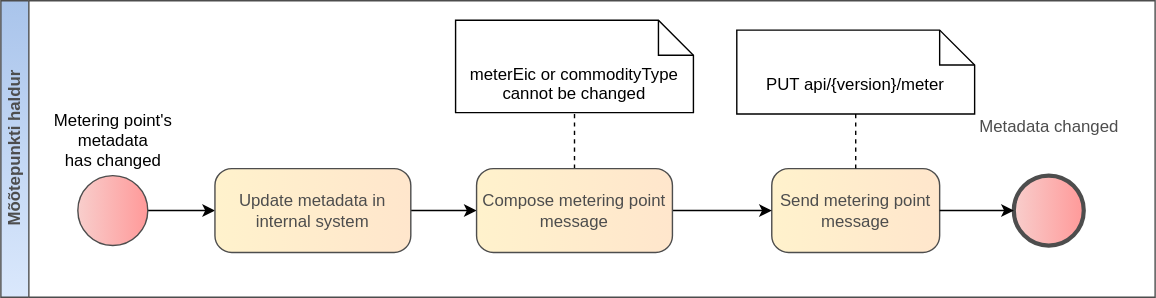
Before: diagrams/metering-point-management/update-metadata-of-metering-point.svg, a diagram exported from draw.io (Elering/estfeed-datahub-docs). Source tidied: cells renumbered, new cells last; positions are measured from the earlier drawing's top-left corner, leaving out a move shared by most shapes.
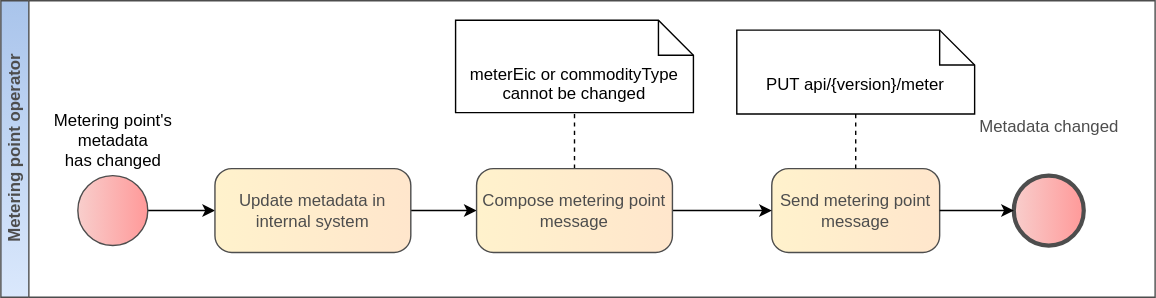
After the commit.

What changed in the source:
```diff
@@ -8,7 +8,7 @@
     <mxCell id="3" value="Metering point's&lt;br&gt;metadata&lt;br&gt;has changed" style="points=[[0.145,0.145,0],[0.5,0,0],[0.855,0.145,0],[1,0.5,0],[0.855,0.855,0],[0.5,1,0],[0.145,0.855,0],[0,0.5,0]];shape=mxgraph.bpmn.event;html=1;verticalLabelPosition=top;verticalAlign=middle;align=center;perimeter=ellipsePerimeter;outlineConnect=0;outline=standard;symbol=general;fillColor=#f8cecc;strokeColor=#4D4D4D;rounded=1;shadow=0;strokeWidth=1;gradientColor=#FF9999;gradientDirection=east;spacingBottom=0;labelPosition=center;" parent="1" vertex="1">
       <mxGeometry x="55" y="125" width="50" height="50" as="geometry" />
     </mxCell>
-    <mxCell id="4" value="Mõõtepunkti haldur" style="swimlane;html=1;horizontal=0;startSize=20;strokeColor=#4D4D4D;fillColor=#dae8fc;fontColor=#4D4D4D;gradientColor=#A9C4EB;gradientDirection=north;rotation=0;" parent="1" vertex="1">
+    <mxCell id="4" value="Metering point operator" style="swimlane;html=1;horizontal=0;startSize=20;strokeColor=#4D4D4D;fillColor=#dae8fc;fontColor=#4D4D4D;gradientColor=#A9C4EB;gradientDirection=north;rotation=0;" parent="1" vertex="1">
       <mxGeometry width="825" height="212" as="geometry" />
     </mxCell>
     <mxCell id="5" value="Send metering point message" style="whiteSpace=wrap;html=1;fillColor=#fff2cc;strokeColor=#4D4D4D;fontColor=#4D4D4D;rounded=1;arcSize=20;shadow=0;gradientColor=#FFE6CC;gradientDirection=east;glass=0;labelBackgroundColor=none;labelBorderColor=none;strokeWidth=1;" parent="4" vertex="1">
```
